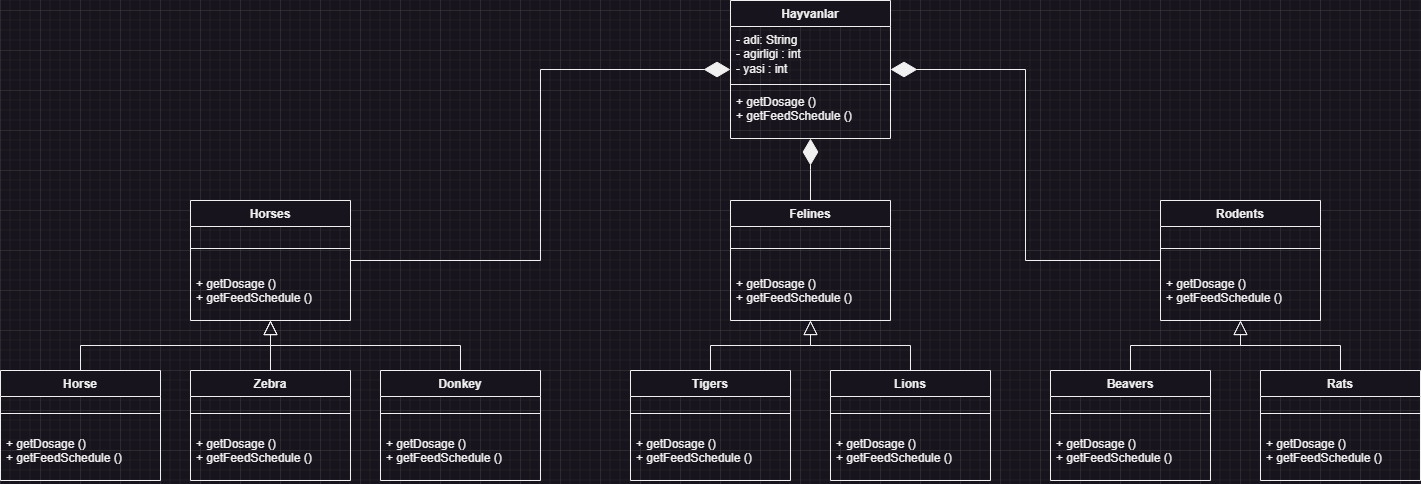
The draw.io diagram Hafta03/HayvanatBahcesiYonetimi/HayvanatBahcesiYonetimi.drawio.png in unethical-hub/PatikaOdevler, before a commit. Source tidied: cells renumbered, new cells last; positions are measured from the earlier drawing's top-left corner, leaving out a move shared by most shapes.
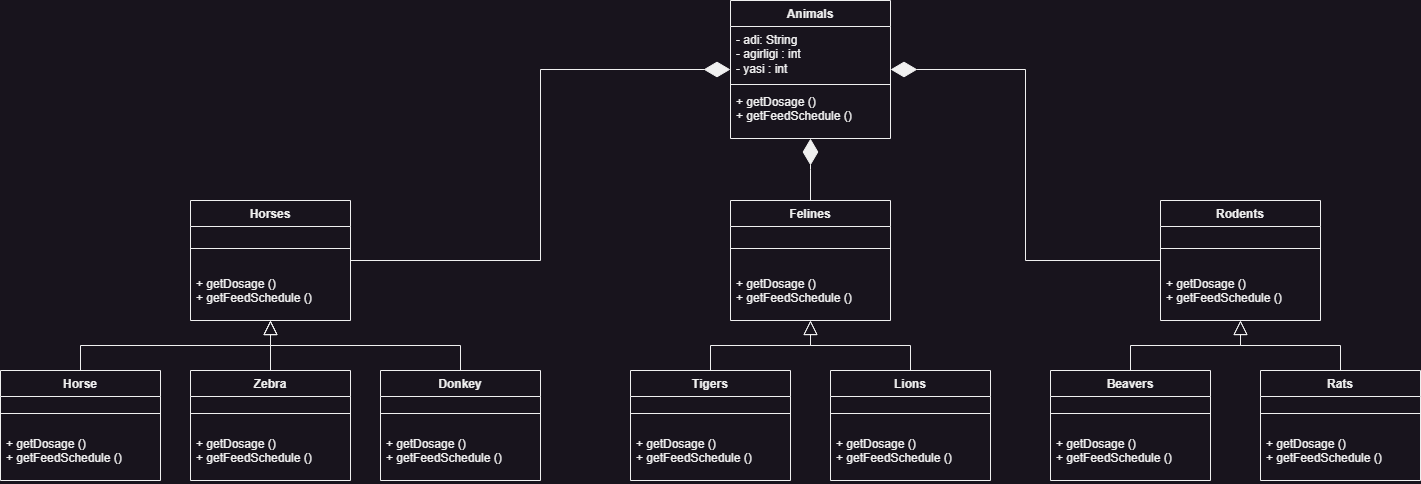
Later version of the same file.

The edit, as a diff of the source:
```diff
@@ -2,7 +2,7 @@
   <root>
     <mxCell id="0" />
     <mxCell id="1" parent="0" />
-    <mxCell id="2" value="Hayvanlar&lt;br&gt;" style="swimlane;fontStyle=1;align=center;verticalAlign=top;horizontal=1;startSize=26;whiteSpace=wrap;html=1;" parent="1" vertex="1">
+    <mxCell id="2" value="Animals" style="swimlane;fontStyle=1;align=center;verticalAlign=top;horizontal=1;startSize=26;whiteSpace=wrap;html=1;" parent="1" vertex="1">
       <mxGeometry x="730" width="160" height="138" as="geometry" />
     </mxCell>
     <mxCell id="3" value="- adi: String&lt;br&gt;- agirligi : int&lt;br&gt;- yasi : int" style="text;strokeColor=none;fillColor=none;align=left;verticalAlign=top;spacingLeft=4;spacingRight=4;overflow=hidden;whiteSpace=wrap;html=1;" parent="2" vertex="1">
```
